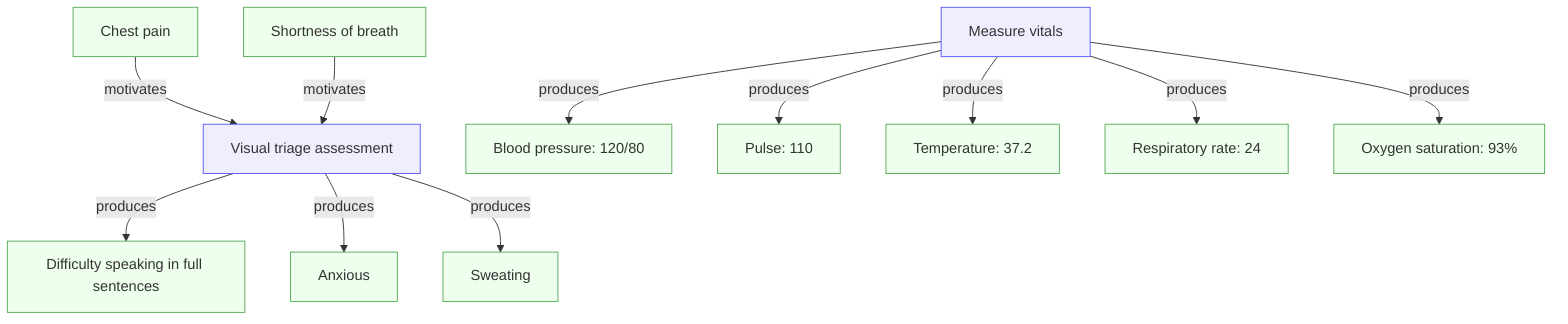
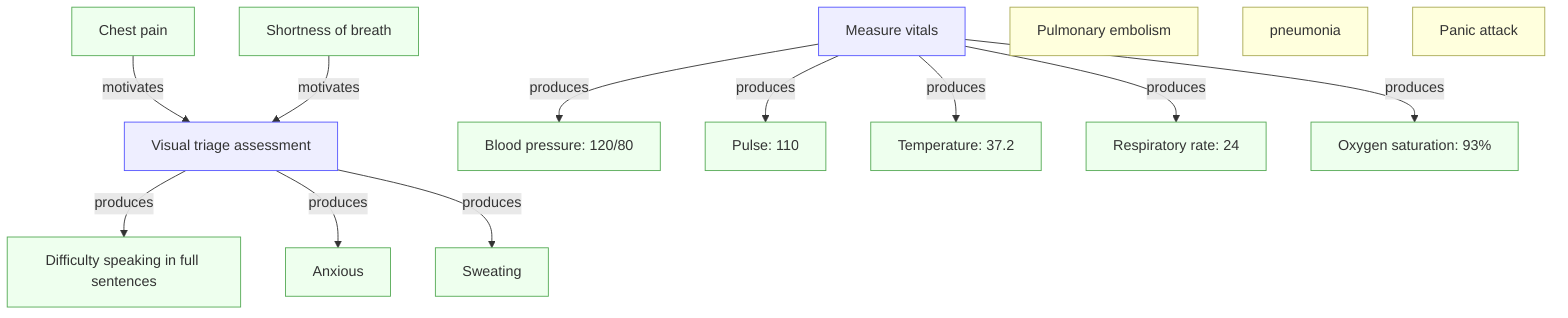
flowchart TD
  O1["Chest pain"]
  O2["Shortness of breath"]

  A1["Visual triage assessment"]
  O6["Difficulty speaking in full sentences"]
  O7["Anxious"]
  O8["Sweating"]

  A2["Measure vitals"]
  O3["Blood pressure: 120/80"]
  O4["Pulse: 110"]
  O5["Temperature: 37.2"]
  O9["Respiratory rate: 24"]
  O10["Oxygen saturation: 93%"]

  O1 -->|motivates| A1
  O2 -->|motivates| A1

  A1 -->|produces| O6
  A1 -->|produces| O7
  A1 -->|produces| O8

  A2 -->|produces| O3
  A2 -->|produces| O4
  A2 -->|produces| O5
  A2 -->|produces| O9
  A2 -->|produces| O10

- 
-   %% H1["Panic attack"]
-   %% H2["Pulmonary embolism"]
-   %% H3["Acute coronary syndrome"]
+   H1["Pulmonary embolism"]
+   H2["pneumonia"]
+   H3["Panic attack"]

  classDef obs fill:#efe,stroke:#5a5;
  classDef action fill:#eef,stroke:#55f;
-   %% classDef hyo fill:#ffd,stroke:#aa5
+   classDef hyp fill:#ffd,stroke:#aa5

  class O1 obs
  class O2 obs
  class O3 obs
  class O4 obs
  class O5 obs
  class O6 obs
  class O7 obs
  class O8 obs
  class O9 obs
  class O10 obs
  class A1 action
  class A2 action
-   %% class H1 hyo
-   %% class H2 hyo
-   %% class H3 hyo
+   class H1 hyp
+   class H2 hyp
+   class H3 hyp



